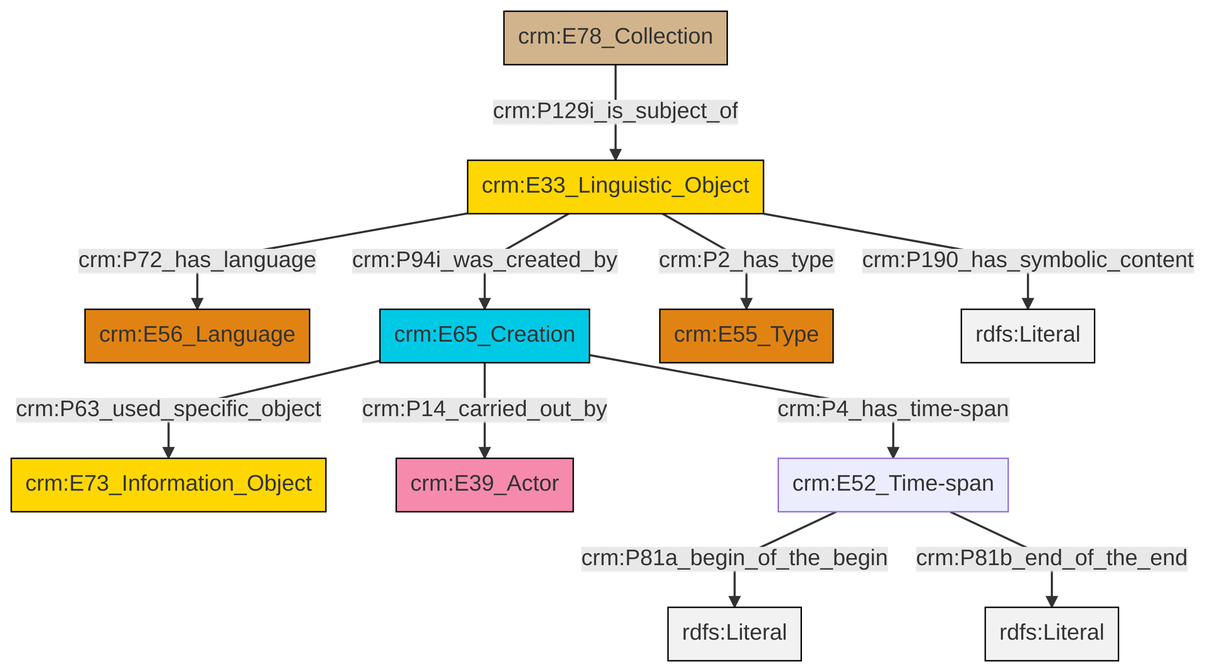
Above: et/archivalCSV/ttl/mmd/png/archival_desc.png in swiss-art-research-net/docs.swissartresearch (Mermaid), before the change. Its source is kept beside it as et/archivalCSV/ttl/mmd/archival_desc.ttl.mmd.
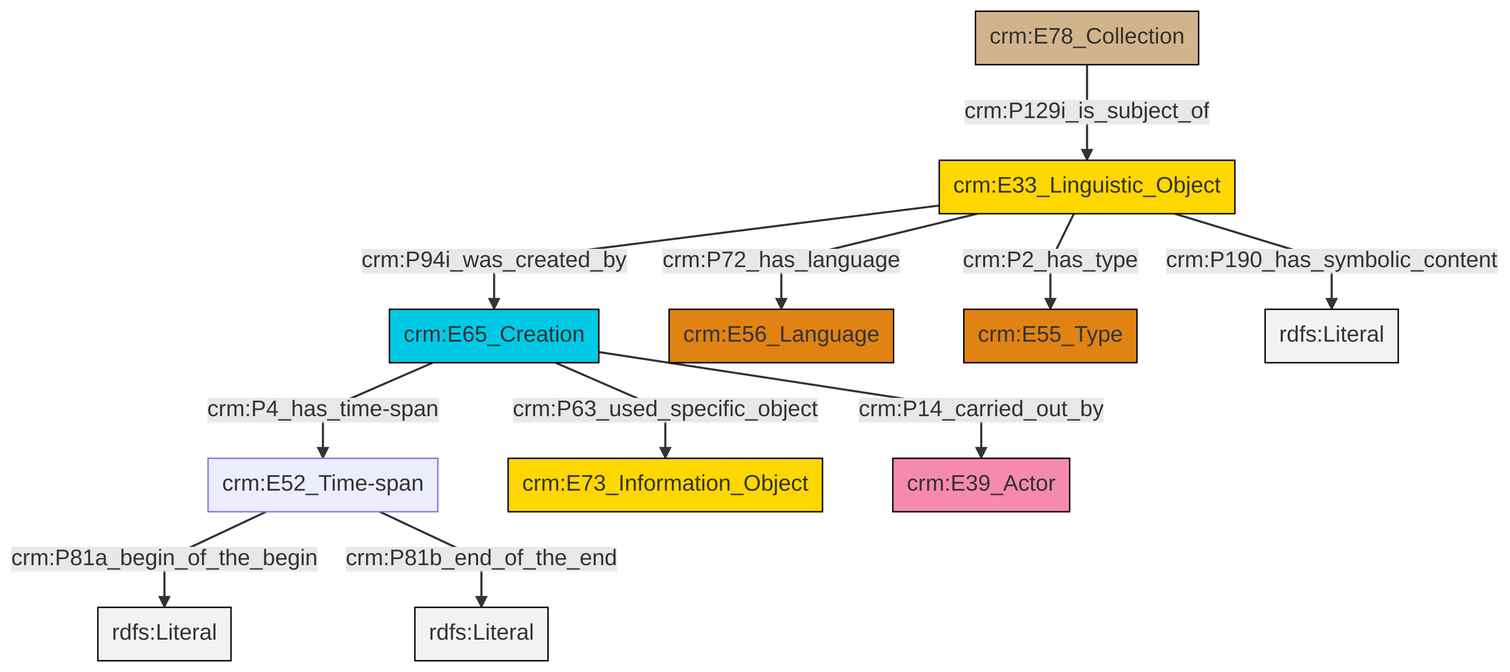
The same diagram one commit later.

The edit, as a diff of the source:
```diff
@@ -13,13 +13,13 @@
 classDef PC_Classes fill:#4ce600, stroke:#000000;
 classDef Multi fill:#cccccc,stroke:#000000;
 
-4["crm:E65_Creation"]:::Temporal_Entity -->|crm:P63_used_specific_object| 5["crm:E73_Information_Object"]:::Conceptual_Object
-4["crm:E65_Creation"]:::Temporal_Entity -->|crm:P14_carried_out_by| 7["crm:E39_Actor"]:::Actor
-8["crm:E33_Linguistic_Object"]:::Conceptual_Object -->|crm:P2_has_type| 9["crm:E55_Type"]:::Type
-8["crm:E33_Linguistic_Object"]:::Conceptual_Object -->|crm:P72_has_language| 2["crm:E56_Language"]:::Type
-0["crm:E78_Collection"]:::Physical_Thing -->|crm:P129i_is_subject_of| 8["crm:E33_Linguistic_Object"]:::Conceptual_Object
-8["crm:E33_Linguistic_Object"]:::Conceptual_Object -->|crm:P94i_was_created_by| 4["crm:E65_Creation"]:::Temporal_Entity
-11["crm:E52_Time-span"]:::Default -->|crm:P81a_begin_of_the_begin| 13[rdfs:Literal]:::Literal
-8["crm:E33_Linguistic_Object"]:::Conceptual_Object -->|crm:P190_has_symbolic_content| 16[rdfs:Literal]:::Literal
-4["crm:E65_Creation"]:::Temporal_Entity -->|crm:P4_has_time-span| 11["crm:E52_Time-span"]:::Default
-11["crm:E52_Time-span"]:::Default -->|crm:P81b_end_of_the_end| 18[rdfs:Literal]:::Literal
+0["crm:E65_Creation"]:::Temporal_Entity -->|crm:P4_has_time-span| 1["crm:E52_Time-span"]:::Default
+0["crm:E65_Creation"]:::Temporal_Entity -->|crm:P14_carried_out_by| 7["crm:E39_Actor"]:::Actor
+0["crm:E65_Creation"]:::Temporal_Entity -->|crm:P63_used_specific_object| 3["crm:E73_Information_Object"]:::Conceptual_Object
+1["crm:E52_Time-span"]:::Default -->|crm:P81a_begin_of_the_begin| 9[rdfs:Literal]:::Literal
+1["crm:E52_Time-span"]:::Default -->|crm:P81b_end_of_the_end| 12[rdfs:Literal]:::Literal
+14["crm:E33_Linguistic_Object"]:::Conceptual_Object -->|crm:P2_has_type| 15["crm:E55_Type"]:::Type
+14["crm:E33_Linguistic_Object"]:::Conceptual_Object -->|crm:P94i_was_created_by| 0["crm:E65_Creation"]:::Temporal_Entity
+10["crm:E78_Collection"]:::Physical_Thing -->|crm:P129i_is_subject_of| 14["crm:E33_Linguistic_Object"]:::Conceptual_Object
+14["crm:E33_Linguistic_Object"]:::Conceptual_Object -->|crm:P190_has_symbolic_content| 17[rdfs:Literal]:::Literal
+14["crm:E33_Linguistic_Object"]:::Conceptual_Object -->|crm:P72_has_language| 5["crm:E56_Language"]:::Type
```
